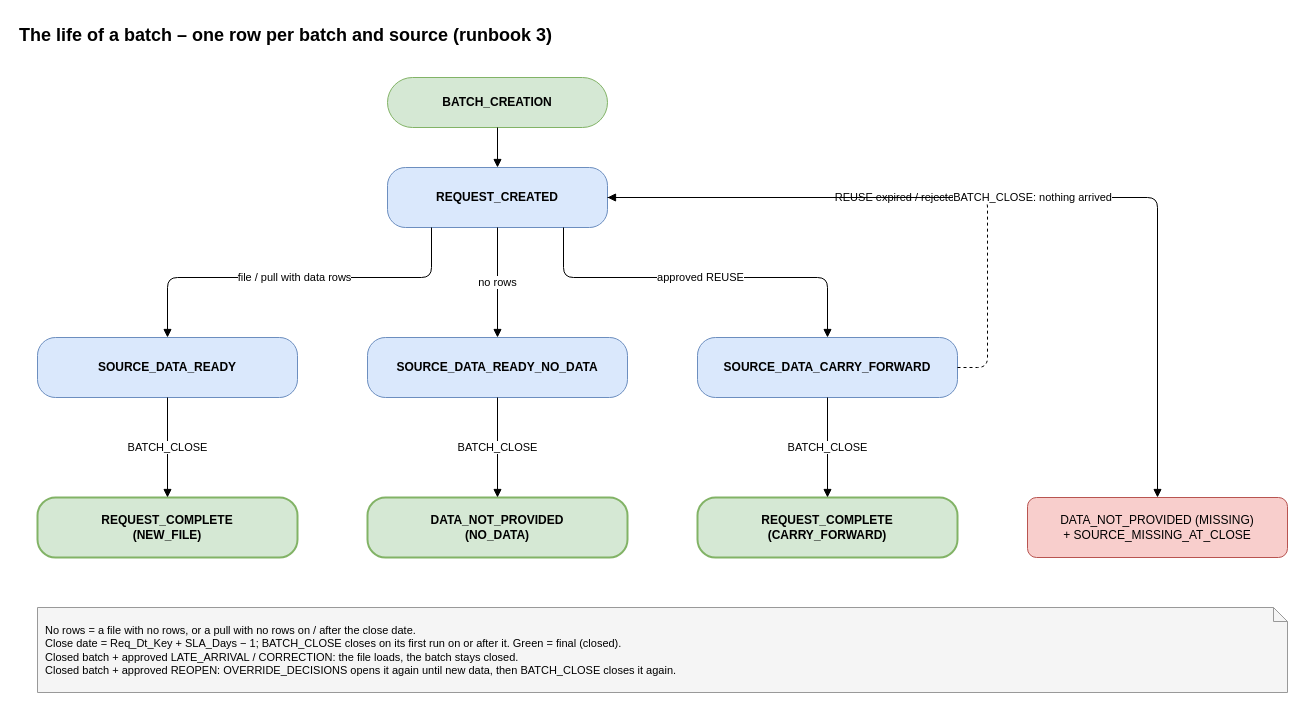
Above: page "13 Batch lifecycle" (13 of 14) of airflow_resources/docs/diagrams/compliance_framework.drawio in trinathgundavaram/framework (draw.io), before the change. Source tidied: cells renumbered, new cells numbered last; positions are measured from the earlier drawing's top-left corner, leaving out a move shared by most shapes. Both pictures are drawn from the tidied source at 100%, with x=0, y=0 at pixel (17, 17).
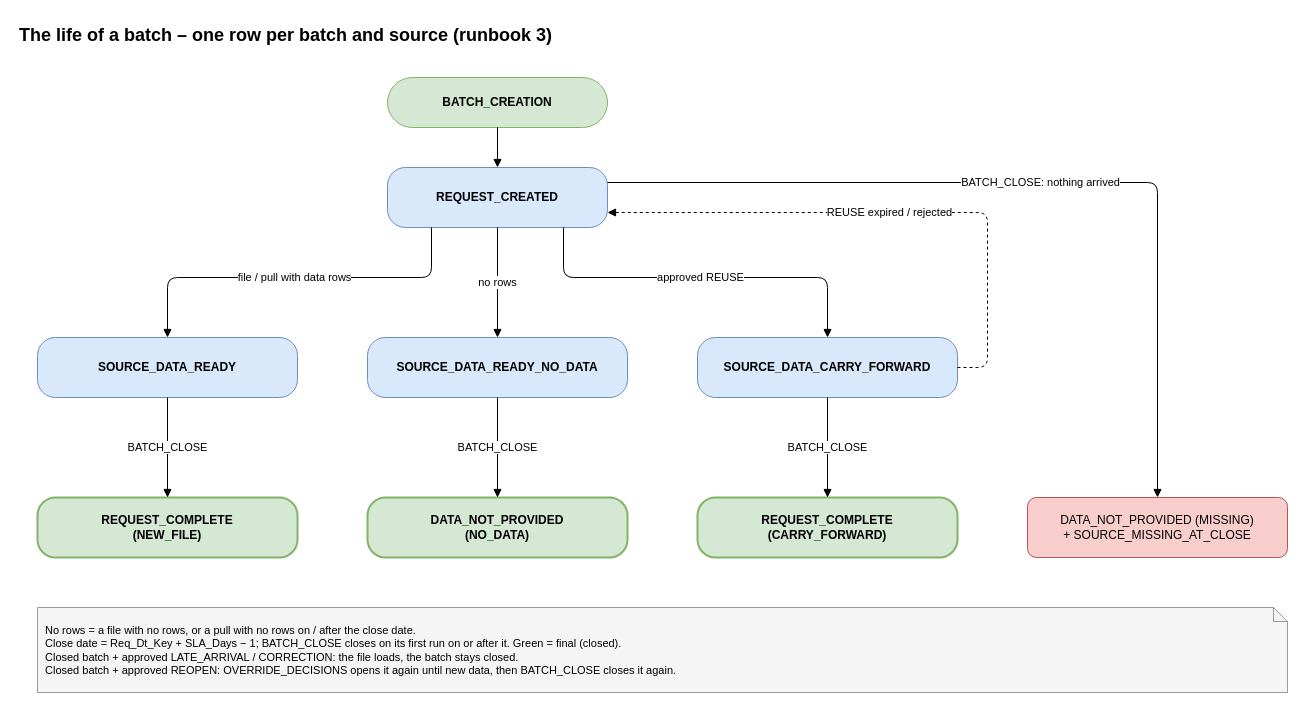
The same diagram, later.

Unchanged cells that the change refers to:
```xml
<mxCell id="4" value="REQUEST_CREATED" style="rounded=1;arcSize=30;whiteSpace=wrap;html=1;fillColor=#dae8fc;strokeColor=#6c8ebf;fontStyle=1;" parent="1" vertex="1">
  <mxGeometry x="370" y="150" width="220" height="60" as="geometry" />
</mxCell>
<mxCell id="7" value="SOURCE_DATA_CARRY_FORWARD" style="rounded=1;arcSize=30;whiteSpace=wrap;html=1;fillColor=#dae8fc;strokeColor=#6c8ebf;fontStyle=1;" parent="1" vertex="1">
  <mxGeometry x="680" y="320" width="260" height="60" as="geometry" />
</mxCell>
<mxCell id="11" value="DATA_NOT_PROVIDED (MISSING)&lt;br&gt;+ SOURCE_MISSING_AT_CLOSE" style="rounded=1;whiteSpace=wrap;html=1;fillColor=#f8cecc;strokeColor=#b85450;" parent="1" vertex="1">
  <mxGeometry x="1010" y="480" width="260" height="60" as="geometry" />
</mxCell>
```

Change to the diagram source:
```diff
@@
-    <mxCell id="17" value="REUSE expired / rejected" style="edgeStyle=orthogonalEdgeStyle;rounded=1;html=1;endArrow=block;endFill=1;fontSize=11;labelBackgroundColor=#ffffff;dashed=1;exitX=1;exitY=0.5;exitDx=0;exitDy=0;entryX=1;entryY=0.5;entryDx=0;entryDy=0;" parent="1" edge="1" source="7" target="4">
+    <mxCell id="17" value="REUSE expired / rejected" style="edgeStyle=orthogonalEdgeStyle;rounded=1;html=1;endArrow=block;endFill=1;fontSize=11;labelBackgroundColor=#ffffff;dashed=1;exitX=1;exitY=0.5;exitDx=0;exitDy=0;entryDx=0;entryDy=0;entryX=1;entryY=0.75;" parent="1" edge="1" source="7" target="4">
       <mxGeometry relative="1" as="geometry">
         <Array as="points">
           <mxPoint x="970" y="350" />
-          <mxPoint x="970" y="180" />
+          <mxPoint x="970" y="195" />
         </Array>
       </mxGeometry>
     </mxCell>
-    <mxCell id="18" value="BATCH_CLOSE: nothing arrived" style="edgeStyle=orthogonalEdgeStyle;rounded=1;html=1;endArrow=block;endFill=1;fontSize=11;labelBackgroundColor=#ffffff;exitX=1;exitY=0.5;exitDx=0;exitDy=0;entryX=0.5;entryY=0;entryDx=0;entryDy=0;" parent="1" edge="1" source="4" target="11">
+    <mxCell id="18" value="BATCH_CLOSE: nothing arrived" style="edgeStyle=orthogonalEdgeStyle;rounded=1;html=1;endArrow=block;endFill=1;fontSize=11;labelBackgroundColor=#ffffff;exitDx=0;exitDy=0;entryX=0.5;entryY=0;entryDx=0;entryDy=0;exitX=1;exitY=0.25;" parent="1" edge="1" source="4" target="11">
       <mxGeometry relative="1" as="geometry">
         <Array as="points">
-          <mxPoint x="1140" y="180" />
+          <mxPoint x="1140" y="165" />
         </Array>
       </mxGeometry>
     </mxCell>
```
